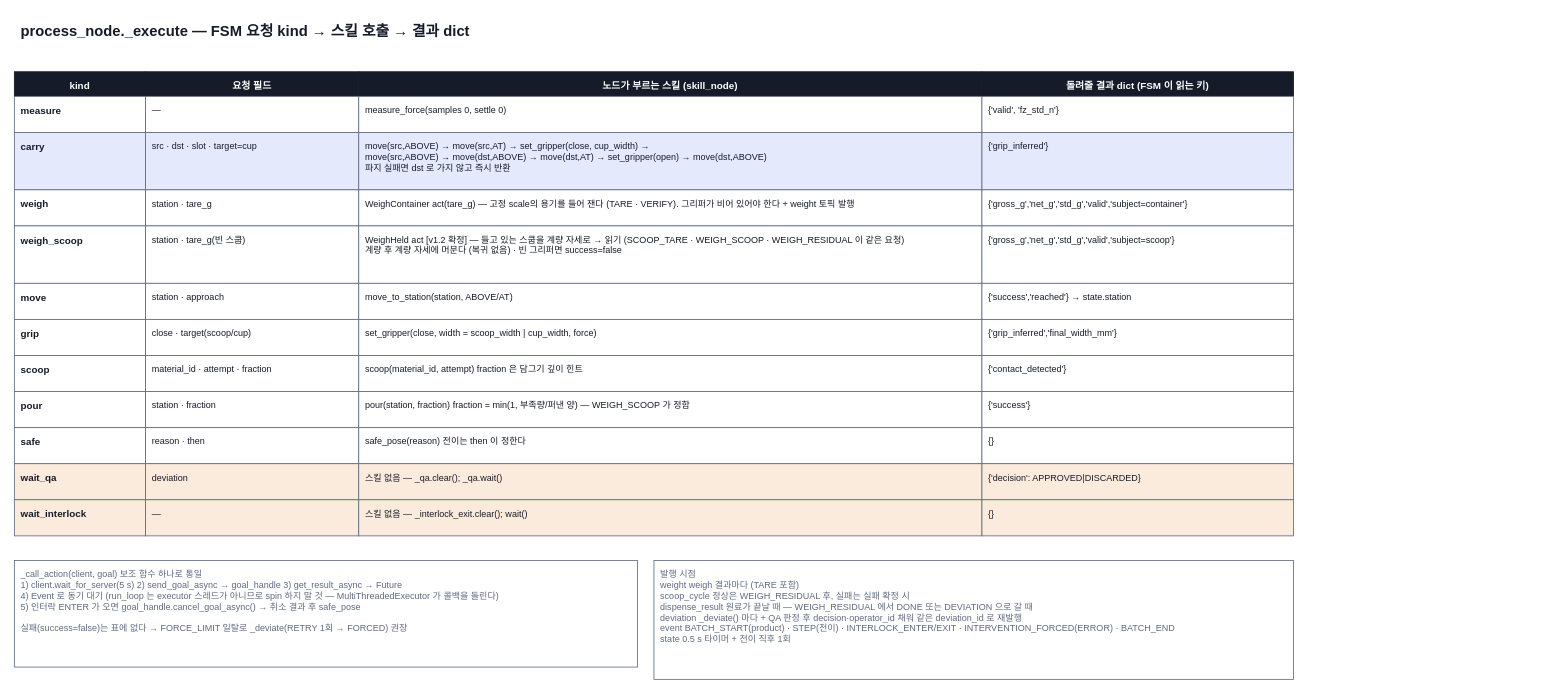
The draw.io diagram page "3 요청↔스킬 번역 (_execute)" (3 of 4) of docs/diagrams/process_flow.drawio in Jik-Kim/auto-pharmacist, before the edit. Source tidied: cells renumbered, new cells numbered last; positions are measured from the earlier drawing's top-left corner, leaving out a move shared by most shapes. Both pictures are drawn from the tidied source at 82%, with x=0, y=0 at pixel (14, 14).
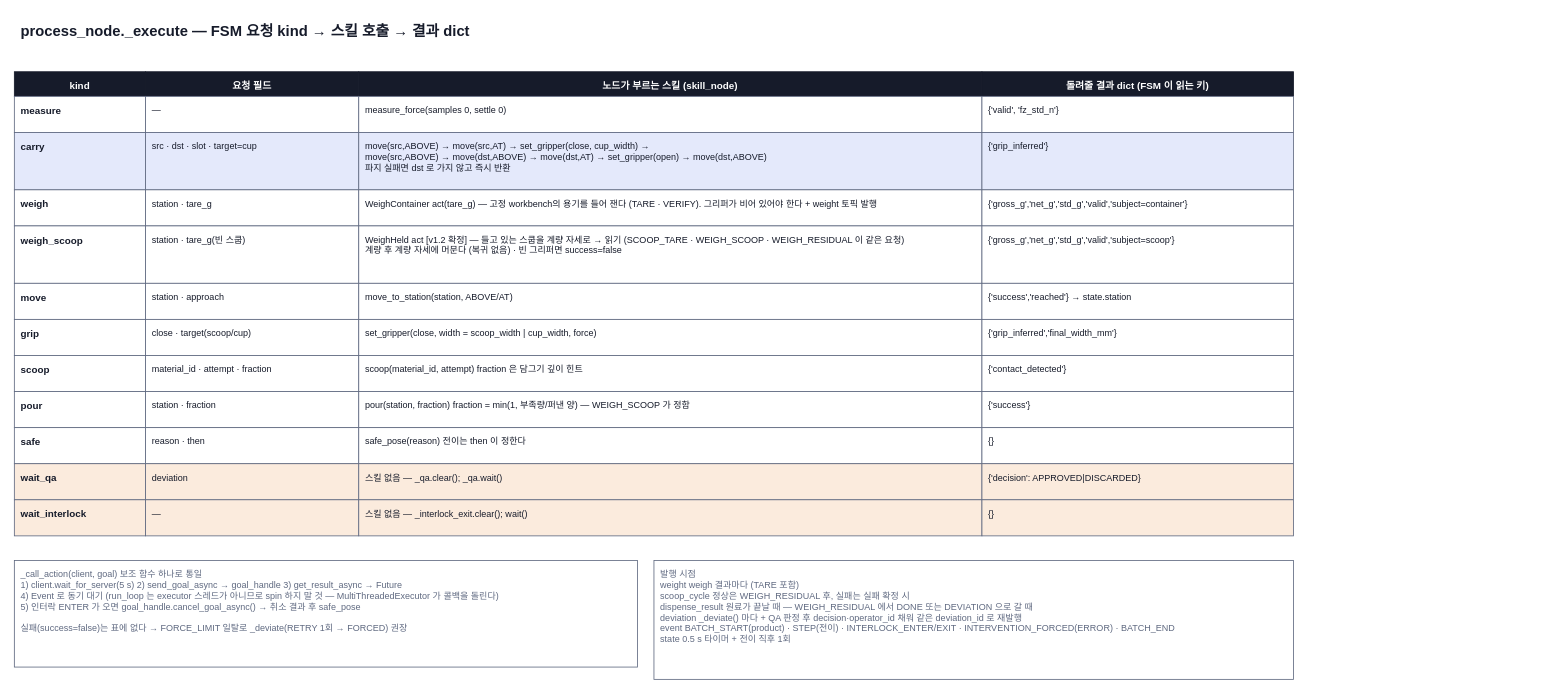
Above is the later version.

What changed in the source:
```diff
@@
-    <mxCell id="17" value="WeighContainer act(tare_g) — 고정 scale의 용기를 들어 잰다 (TARE · VERIFY). 그리퍼가 비어 있어야 한다 + weight 토픽 발행" style="rounded=0;whiteSpace=wrap;html=1;fillColor=#FFFFFF;strokeColor=#5F6980;fontColor=#161B2A;fontSize=11;align=left;verticalAlign=top;spacingTop=4;spacingLeft=6;spacingRight=6;" parent="1" vertex="1">
+    <mxCell id="17" value="WeighContainer act(tare_g) — 고정 workbench의 용기를 들어 잰다 (TARE · VERIFY). 그리퍼가 비어 있어야 한다 + weight 토픽 발행" style="rounded=0;whiteSpace=wrap;html=1;fillColor=#FFFFFF;strokeColor=#5F6980;fontColor=#161B2A;fontSize=11;align=left;verticalAlign=top;spacingTop=4;spacingLeft=6;spacingRight=6;" parent="1" vertex="1">
       <mxGeometry x="420" y="214" width="760" height="44" as="geometry" />
     </mxCell>
```
